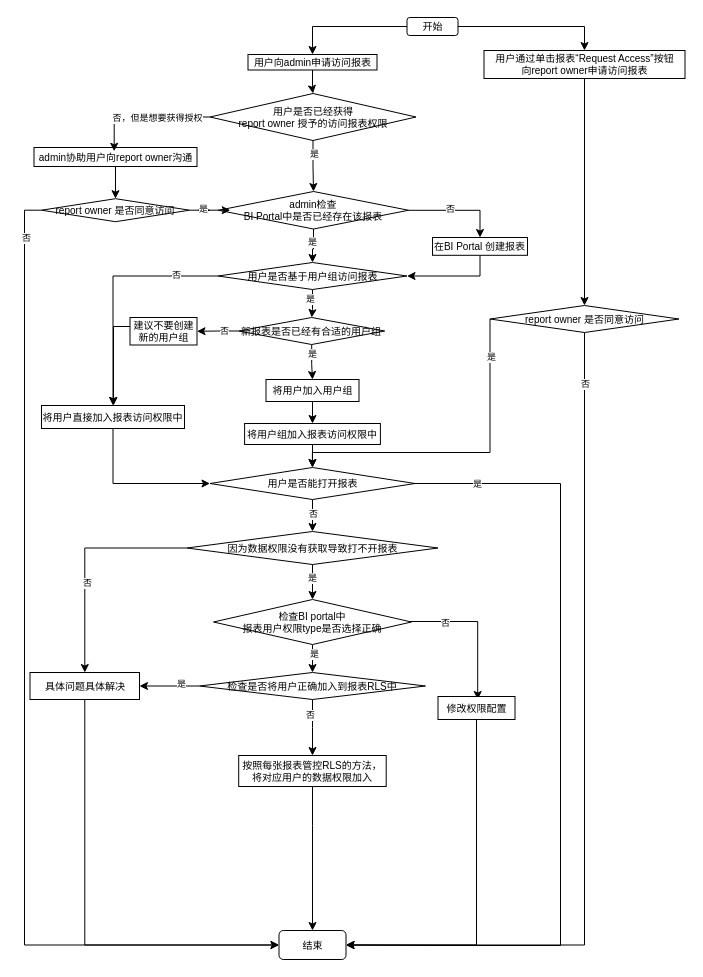
Above: 未命名绘图.drawio in winky02/pics (draw.io), before the change. Source tidied: cells renumbered, new cells numbered last; positions are measured from the earlier drawing's top-left corner, leaving out a move shared by most shapes. Both pictures are drawn from the tidied source at 100%, with x=0, y=0 at pixel (24, 17).
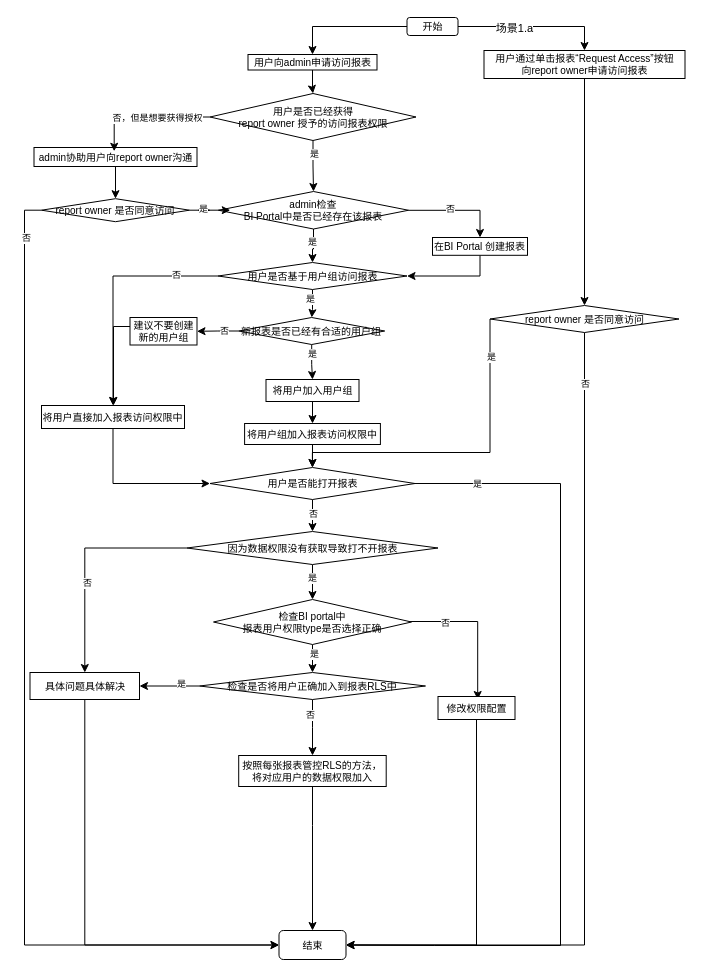
The same diagram, later.

Commit message:
更新未命名绘图.drawio

Unchanged cells that the change refers to:
```xml
<mxCell id="2" style="edgeStyle=orthogonalEdgeStyle;rounded=0;jettySize=auto;html=1;exitX=1;exitY=0.5;exitDx=0;exitDy=0;entryX=0.5;entryY=0;entryDx=0;entryDy=0;" parent="1" edge="1" source="4" target="58">
  <mxGeometry relative="1" as="geometry" />
</mxCell>
```

Change to the diagram source:
```diff
@@
+    <mxCell id="78" value="场景1.a" style="edgeLabel;html=1;align=center;verticalAlign=middle;" parent="2" vertex="1">
+      <mxGeometry x="-0.25" y="-1" relative="1" as="geometry" />
+    </mxCell>
```
